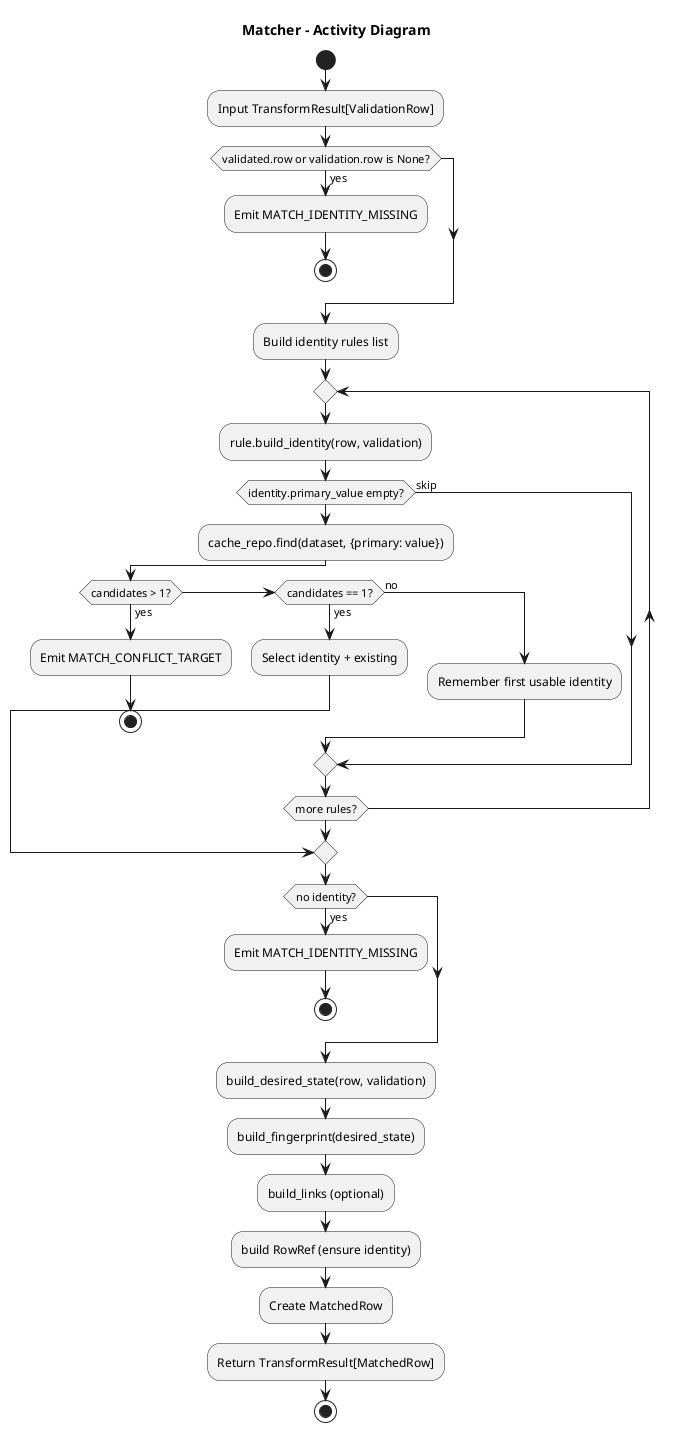
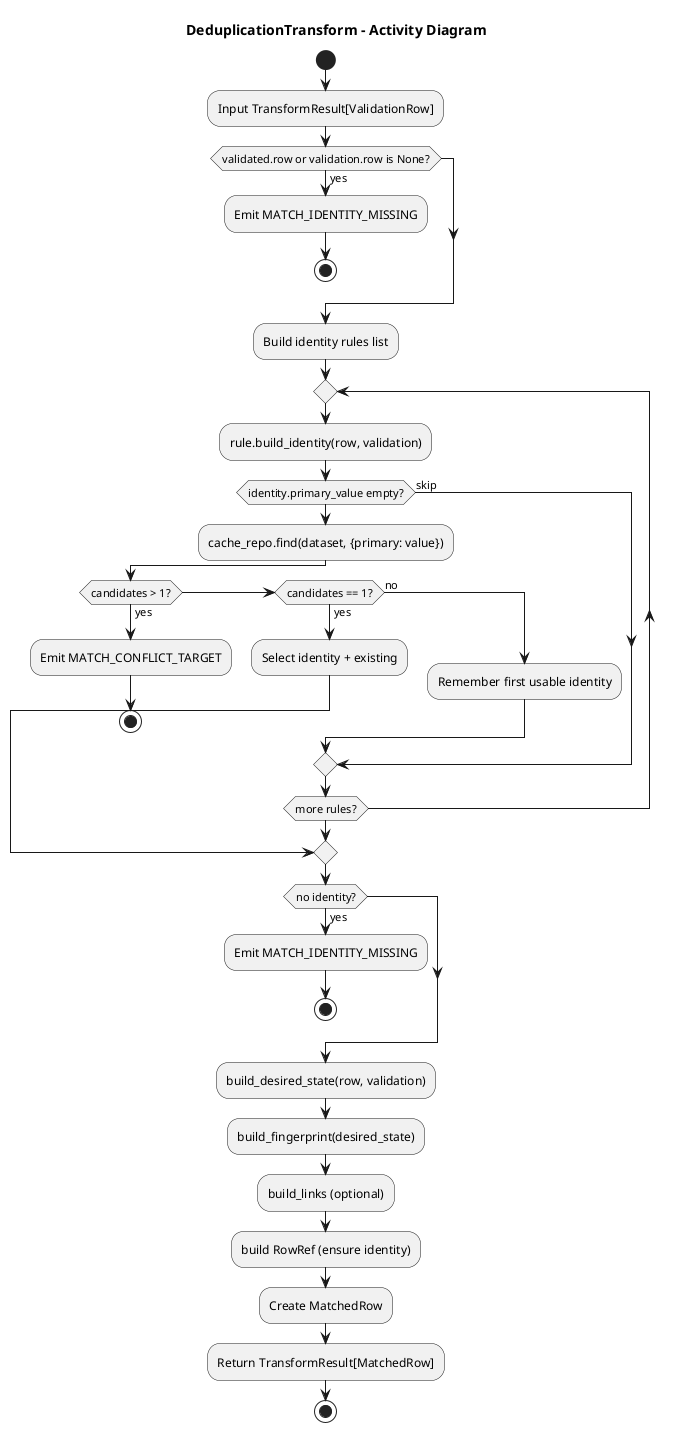
@startuml
- title Matcher - Activity Diagram
+ title DeduplicationTransform - Activity Diagram

start
:Input TransformResult[ValidationRow];
if (validated.row or validation.row is None?) then (yes)
  :Emit MATCH_IDENTITY_MISSING;
  stop
endif

:Build identity rules list;
repeat
  :rule.build_identity(row, validation);
  if (identity.primary_value empty?) then (skip)
  else
    :cache_repo.find(dataset, {primary: value});
    if (candidates > 1?) then (yes)
      :Emit MATCH_CONFLICT_TARGET;
      stop
    elseif (candidates == 1?) then (yes)
      :Select identity + existing;
      break
    else (no)
      :Remember first usable identity;
    endif
  endif
repeat while (more rules?)

if (no identity?) then (yes)
  :Emit MATCH_IDENTITY_MISSING;
  stop
endif

:build_desired_state(row, validation);
:build_fingerprint(desired_state);
:build_links (optional);
:build RowRef (ensure identity);
:Create MatchedRow;
:Return TransformResult[MatchedRow];
stop

@enduml
